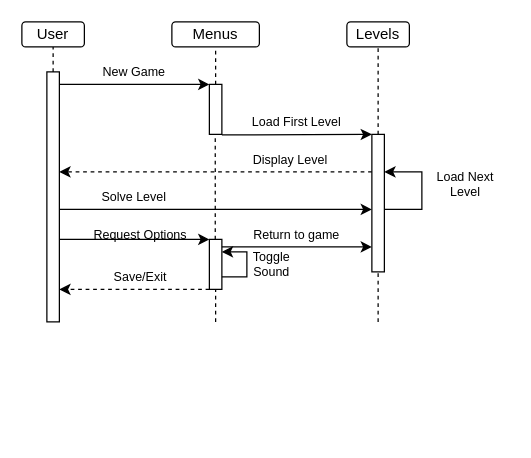
Before: Drawio Files/Sequence.drawio in jgharrison1/Logical-Gate, a draw.io diagram. Source tidied: cells renumbered, new cells numbered last; positions are measured from the earlier drawing's top-left corner, leaving out a move shared by most shapes. Both pictures are drawn from the tidied source at 125%, with x=0, y=0 at pixel (21, 21).
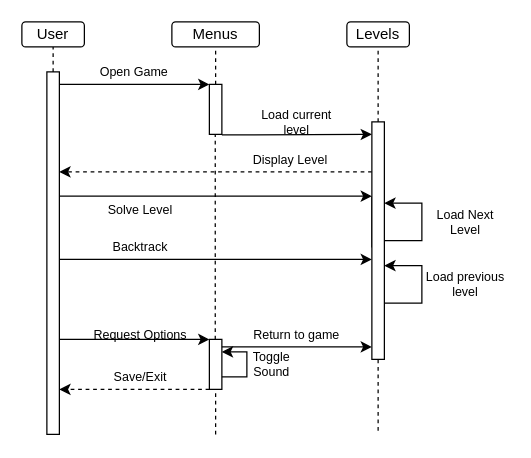
The same diagram, later.

Unchanged cells that the change refers to:
```xml
<mxCell id="4" value="Levels" style="rounded=1;whiteSpace=wrap;html=1;" parent="1" vertex="1">
  <mxGeometry x="260" width="50" height="20" as="geometry" />
</mxCell>
```

What changed in the source:
```diff
@@
     <mxCell id="5" style="html=1;points=[[0,0,0,0,5],[0,1,0,0,-5],[1,0,0,0,5],[1,1,0,0,-5]];perimeter=orthogonalPerimeter;outlineConnect=0;targetShapes=umlLifeline;portConstraint=eastwest;newEdgeStyle={&quot;curved&quot;:0,&quot;rounded&quot;:0};" parent="1" vertex="1">
-      <mxGeometry x="20" y="40" width="10" height="200" as="geometry" />
+      <mxGeometry x="20" y="40" width="10" height="290" as="geometry" />
     </mxCell>
@@
-    <mxCell id="10" value="New Game" style="text;html=1;align=center;verticalAlign=middle;whiteSpace=wrap;rounded=0;fontSize=10;" parent="1" vertex="1">
+    <mxCell id="10" value="Open Game" style="text;html=1;align=center;verticalAlign=middle;whiteSpace=wrap;rounded=0;fontSize=10;" parent="1" vertex="1">
       <mxGeometry x="60" y="30" width="60" height="20" as="geometry" />
     </mxCell>
-    <mxCell id="11" style="endArrow=none;dashed=1;html=1;rounded=0;entryX=0.5;entryY=1;entryDx=0;entryDy=0;" parent="1" edge="1" target="4">
-      <mxGeometry relative="1" as="geometry">
-        <mxPoint x="285" y="240" as="sourcePoint" />
-        <Array as="points">
-          <mxPoint x="285" y="200" />
-        </Array>
-      </mxGeometry>
+    <mxCell id="11" style="endArrow=none;dashed=1;html=1;rounded=0;entryX=0.5;entryY=1;entryDx=0;entryDy=0;" parent="1" edge="1" source="39" target="4">
+      <mxGeometry relative="1" as="geometry" />
     </mxCell>
-    <mxCell id="12" style="html=1;points=[[0,0,0,0,5],[0,1,0,0,-5],[1,0,0,0,5],[1,1,0,0,-5]];perimeter=orthogonalPerimeter;outlineConnect=0;targetShapes=umlLifeline;portConstraint=eastwest;newEdgeStyle={&quot;curved&quot;:0,&quot;rounded&quot;:0};" parent="1" vertex="1">
-      <mxGeometry x="280" y="90" width="10" height="110" as="geometry" />
-    </mxCell>
@@
-    <mxCell id="15" value="Load First Level" style="text;html=1;align=center;verticalAlign=middle;whiteSpace=wrap;rounded=0;fontSize=10;" parent="1" vertex="1">
+    <mxCell id="15" value="Load current level" style="text;html=1;align=center;verticalAlign=middle;whiteSpace=wrap;rounded=0;fontSize=10;" parent="1" vertex="1">
       <mxGeometry x="180" y="70" width="80" height="20" as="geometry" />
     </mxCell>
@@
     <mxCell id="18" style="endArrow=classic;html=1;rounded=0;" parent="1" edge="1">
       <mxGeometry relative="1" as="geometry">
-        <mxPoint x="30" y="150" as="sourcePoint" />
-        <mxPoint x="280" y="150" as="targetPoint" />
+        <mxPoint x="30" y="139.4" as="sourcePoint" />
+        <mxPoint x="280" y="139.4" as="targetPoint" />
       </mxGeometry>
     </mxCell>
     <mxCell id="19" value="Solve Level" style="text;html=1;align=center;verticalAlign=middle;whiteSpace=wrap;rounded=0;fontSize=10;" parent="1" vertex="1">
-      <mxGeometry x="35" y="130" width="110" height="20" as="geometry" />
+      <mxGeometry x="40" y="140" width="110" height="20" as="geometry" />
     </mxCell>
-    <mxCell id="20" style="endArrow=classic;html=1;rounded=0;" parent="1" edge="1" target="12">
+    <mxCell id="20" style="endArrow=classic;html=1;rounded=0;exitX=1;exitY=1;exitDx=0;exitDy=-5;exitPerimeter=0;entryX=1;entryY=0;entryDx=0;entryDy=5;entryPerimeter=0;" parent="1" edge="1" source="33" target="33">
       <mxGeometry relative="1" as="geometry">
-        <mxPoint x="290" y="150" as="sourcePoint" />
         <Array as="points">
-          <mxPoint x="320" y="150" />
-          <mxPoint x="320" y="120" />
+          <mxPoint x="320" y="175" />
+          <mxPoint x="320" y="145" />
         </Array>
       </mxGeometry>
     </mxCell>
     <mxCell id="21" value="Load Next Level" style="text;html=1;align=center;verticalAlign=middle;whiteSpace=wrap;rounded=0;fontSize=10;" parent="1" vertex="1">
-      <mxGeometry x="320" y="120" width="70" height="20" as="geometry" />
+      <mxGeometry x="320" y="150" width="70" height="20" as="geometry" />
     </mxCell>
     <mxCell id="22" style="endArrow=none;dashed=1;html=1;rounded=0;" parent="1" edge="1" target="23">
       <mxGeometry relative="1" as="geometry">
-        <mxPoint x="155" y="240" as="sourcePoint" />
+        <mxPoint x="155" y="330" as="sourcePoint" />
       </mxGeometry>
     </mxCell>
     <mxCell id="23" style="html=1;points=[[0,0,0,0,5],[0,1,0,0,-5],[1,0,0,0,5],[1,1,0,0,-5]];perimeter=orthogonalPerimeter;outlineConnect=0;targetShapes=umlLifeline;portConstraint=eastwest;newEdgeStyle={&quot;curved&quot;:0,&quot;rounded&quot;:0};" parent="1" vertex="1">
-      <mxGeometry x="150" y="174" width="10" height="40" as="geometry" />
+      <mxGeometry x="150" y="254" width="10" height="40" as="geometry" />
     </mxCell>
     <mxCell id="24" style="endArrow=classic;html=1;rounded=0;" parent="1" edge="1">
       <mxGeometry relative="1" as="geometry">
-        <mxPoint x="30" y="174" as="sourcePoint" />
-        <mxPoint x="150" y="174" as="targetPoint" />
+        <mxPoint x="30" y="254" as="sourcePoint" />
+        <mxPoint x="150" y="254" as="targetPoint" />
       </mxGeometry>
     </mxCell>
     <mxCell id="25" value="Request Options" style="text;html=1;align=center;verticalAlign=middle;whiteSpace=wrap;rounded=0;fontSize=10;" parent="1" vertex="1">
-      <mxGeometry x="40" y="160" width="110" height="20" as="geometry" />
+      <mxGeometry x="40" y="240" width="110" height="20" as="geometry" />
     </mxCell>
     <mxCell id="26" style="endArrow=classic;html=1;rounded=0;" parent="1" edge="1">
       <mxGeometry relative="1" as="geometry">
-        <mxPoint x="160" y="204" as="sourcePoint" />
-        <mxPoint x="160" y="184" as="targetPoint" />
+        <mxPoint x="160" y="284" as="sourcePoint" />
+        <mxPoint x="160" y="264" as="targetPoint" />
         <Array as="points">
-          <mxPoint x="180" y="204" />
-          <mxPoint x="180" y="184" />
+          <mxPoint x="180" y="284" />
+          <mxPoint x="180" y="264" />
         </Array>
       </mxGeometry>
     </mxCell>
     <mxCell id="27" value="Toggle Sound" style="text;html=1;align=center;verticalAlign=middle;whiteSpace=wrap;rounded=0;fontSize=10;" parent="1" vertex="1">
-      <mxGeometry x="170" y="184" width="60" height="20" as="geometry" />
+      <mxGeometry x="170" y="264" width="60" height="20" as="geometry" />
     </mxCell>
     <mxCell id="28" style="endArrow=classic;html=1;rounded=0;exitX=0;exitY=1;exitDx=0;exitDy=-5;exitPerimeter=0;dashed=1;" parent="1" edge="1">
       <mxGeometry relative="1" as="geometry">
-        <mxPoint x="150" y="214" as="sourcePoint" />
-        <mxPoint x="30" y="214" as="targetPoint" />
+        <mxPoint x="150" y="294" as="sourcePoint" />
+        <mxPoint x="30" y="294" as="targetPoint" />
       </mxGeometry>
     </mxCell>
     <mxCell id="29" value="Save/Exit" style="text;html=1;align=center;verticalAlign=middle;whiteSpace=wrap;rounded=0;fontSize=10;dashed=1;" parent="1" vertex="1">
-      <mxGeometry x="40" y="194" width="110" height="20" as="geometry" />
+      <mxGeometry x="40" y="274" width="110" height="20" as="geometry" />
     </mxCell>
-    <mxCell id="30" style="endArrow=classic;html=1;rounded=0;" parent="1" edge="1" target="12">
+    <mxCell id="30" style="endArrow=classic;html=1;rounded=0;" parent="1" edge="1">
       <mxGeometry relative="1" as="geometry">
-        <mxPoint x="160" y="180" as="sourcePoint" />
+        <mxPoint x="160" y="260" as="sourcePoint" />
+        <mxPoint x="280" y="260" as="targetPoint" />
       </mxGeometry>
     </mxCell>
     <mxCell id="31" value="Return to game" style="text;html=1;align=center;verticalAlign=middle;whiteSpace=wrap;rounded=0;fontSize=10;" parent="1" vertex="1">
-      <mxGeometry x="180" y="160" width="80" height="20" as="geometry" />
+      <mxGeometry x="180" y="240" width="80" height="20" as="geometry" />
     </mxCell>
+    <mxCell id="32" style="endArrow=none;dashed=1;html=1;rounded=0;" parent="1" edge="1" source="33">
+      <mxGeometry relative="1" as="geometry">
+        <mxPoint x="285" y="330" as="targetPoint" />
+      </mxGeometry>
+    </mxCell>
+    <mxCell id="33" style="html=1;points=[[0,0,0,0,5],[0,1,0,0,-5],[1,0,0,0,5],[1,1,0,0,-5]];perimeter=orthogonalPerimeter;outlineConnect=0;targetShapes=umlLifeline;portConstraint=eastwest;newEdgeStyle={&quot;curved&quot;:0,&quot;rounded&quot;:0};" parent="1" vertex="1">
+      <mxGeometry x="280" y="140" width="10" height="40" as="geometry" />
+    </mxCell>
+    <mxCell id="34" style="endArrow=classic;html=1;rounded=0;" parent="1" edge="1">
+      <mxGeometry relative="1" as="geometry">
+        <mxPoint x="30" y="190" as="sourcePoint" />
+        <mxPoint x="280" y="190" as="targetPoint" />
+      </mxGeometry>
+    </mxCell>
+    <mxCell id="35" value="Backtrack" style="text;html=1;align=center;verticalAlign=middle;whiteSpace=wrap;rounded=0;fontSize=10;" parent="1" vertex="1">
+      <mxGeometry x="40" y="170" width="110" height="20" as="geometry" />
+    </mxCell>
+    <mxCell id="36" style="endArrow=classic;html=1;rounded=0;" parent="1" edge="1" source="39" target="39">
+      <mxGeometry relative="1" as="geometry">
+        <Array as="points">
+          <mxPoint x="320" y="225" />
+          <mxPoint x="320" y="195" />
+        </Array>
+      </mxGeometry>
+    </mxCell>
+    <mxCell id="37" value="Load previous level" style="text;html=1;align=center;verticalAlign=middle;whiteSpace=wrap;rounded=0;fontSize=10;" parent="1" vertex="1">
+      <mxGeometry x="320" y="200" width="70" height="20" as="geometry" />
+    </mxCell>
+    <mxCell id="38" style="endArrow=none;dashed=1;html=1;rounded=0;entryX=0.5;entryY=1;entryDx=0;entryDy=0;" parent="1" edge="1" target="39">
+      <mxGeometry relative="1" as="geometry">
+        <mxPoint x="285" y="240" as="sourcePoint" />
+      </mxGeometry>
+    </mxCell>
+    <mxCell id="39" style="html=1;points=[[0,0,0,0,5],[0,1,0,0,-5],[1,0,0,0,5],[1,1,0,0,-5]];perimeter=orthogonalPerimeter;outlineConnect=0;targetShapes=umlLifeline;portConstraint=eastwest;newEdgeStyle={&quot;curved&quot;:0,&quot;rounded&quot;:0};" parent="1" vertex="1">
+      <mxGeometry x="280" y="80" width="10" height="190" as="geometry" />
+    </mxCell>
```
